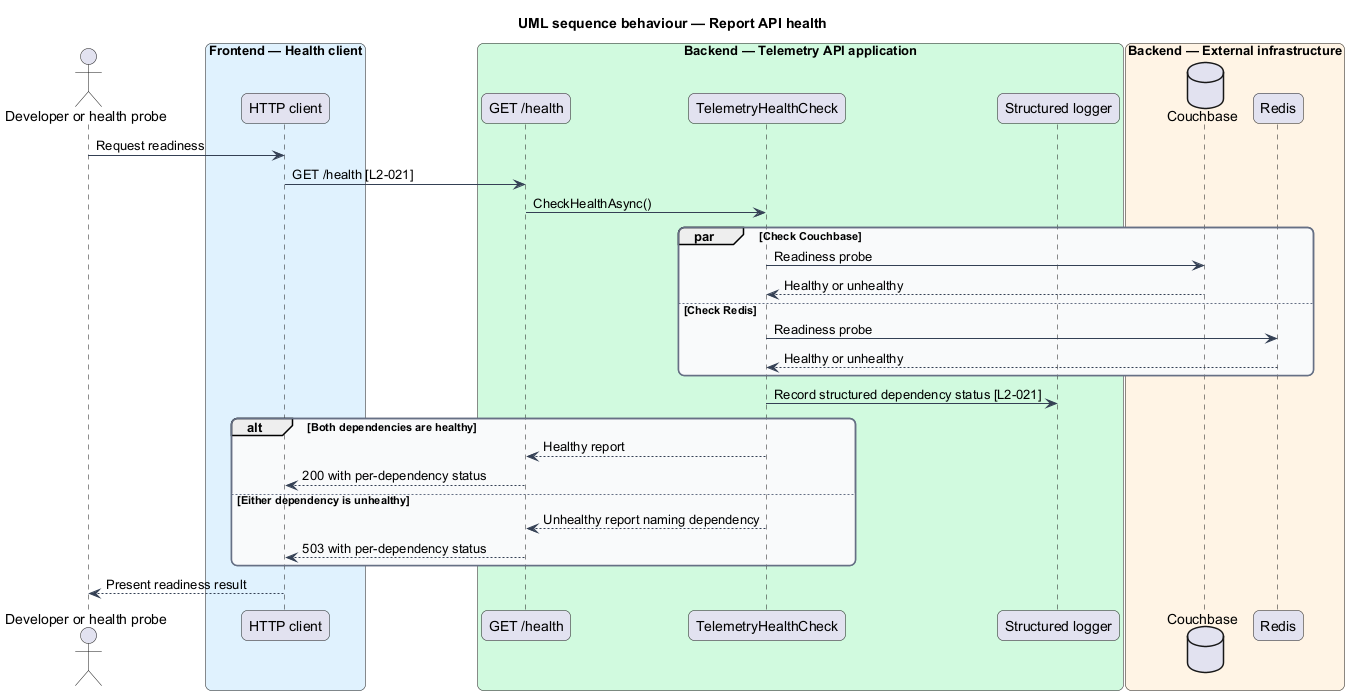
The PlantUML diagram docs/detailed-designs/operations/run-reference-environment/diagrams/sequence-health.png in QuinntyneBrown/press-telemetry-reference, before a commit.
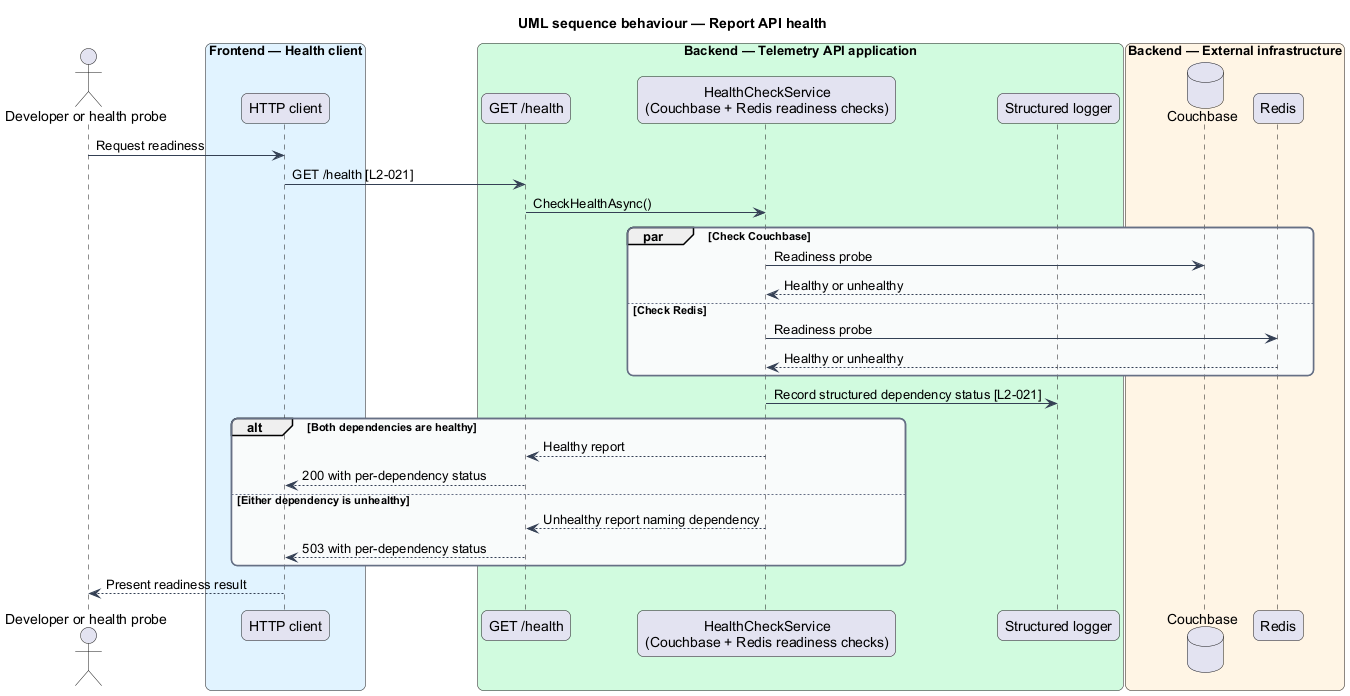
The same diagram one commit later.

What changed in the source:
```diff
@@ -20,7 +20,7 @@
 end box
 box "Backend — Telemetry API application" #D1FADF
   participant "GET /health" as endpoint
-  participant "TelemetryHealthCheck" as health
+  participant "HealthCheckService\n(Couchbase + Redis readiness checks)" as health
   participant "Structured logger" as logger
 end box
 box "Backend — External infrastructure" #FFF4E5
```
